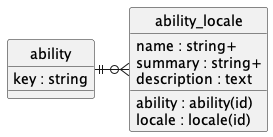
contactopensource/contactopensource keeps this PlantUML diagram as doc/concepts/ability/uml.png. Above is the earlier version. The source it was exported from:
```plantuml
@startuml uml
skinparam monochrome true
skinparam linetype ortho
hide circle

entity ability {
    key : string
}

entity ability_locale {
    ability : ability(id)
    locale : locale(id)
    name : string+
    summary : string+
    description : text
}

ability ||-r-o{ ability_locale

@enduml
```
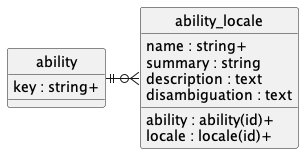
The same file after the commit.

The edit, as a diff of the source:
```diff
@@ -4,15 +4,16 @@
 hide circle
 
 entity ability {
-    key : string
+    key : string+
 }
 
 entity ability_locale {
-    ability : ability(id)
-    locale : locale(id)
+    ability : ability(id)+
+    locale : locale(id)+
     name : string+
-    summary : string+
+    summary : string
     description : text
+    disambiguation : text
 }
 
 ability ||-r-o{ ability_locale
```
